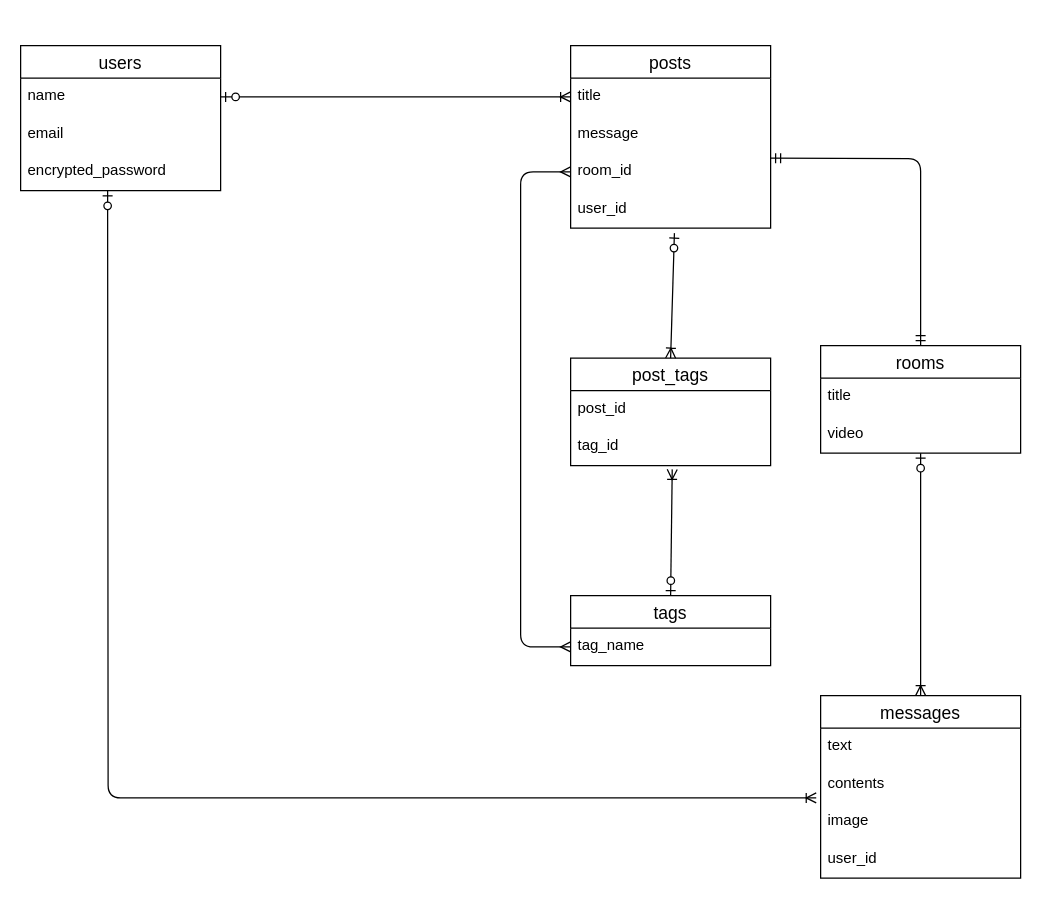
The draw.io diagram db.dio in hagihara-eisuke02/CommuT-35544, before the edit. Source tidied: cells renumbered, new cells numbered last; positions are measured from the earlier drawing's top-left corner, leaving out a move shared by most shapes. Both pictures are drawn from the tidied source at 125%, with x=0, y=0 at pixel (20, 45).
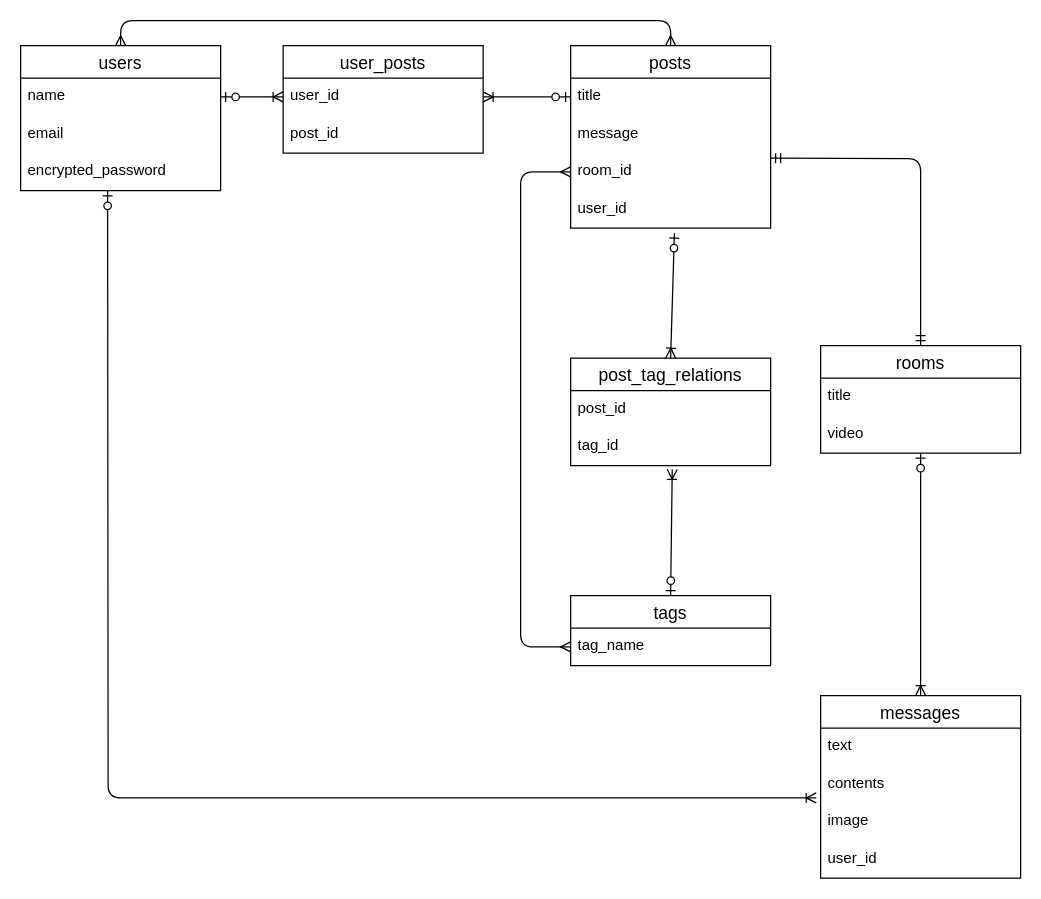
The same diagram, later.

Unchanged cells that the change refers to:
```xml
<mxCell id="7" value="posts" style="swimlane;fontStyle=0;horizontal=1;startSize=26;align=center;fontSize=14;" parent="1" vertex="1">
  <mxGeometry x="440" width="160" height="146" as="geometry" />
</mxCell>
<mxCell id="8" value="title" style="text;strokeColor=none;fillColor=none;spacingLeft=4;spacingRight=4;overflow=hidden;points=[[0,0.5],[1,0.5]];portConstraint=eastwest;fontSize=12;" parent="7" vertex="1">
  <mxGeometry y="26" width="160" height="30" as="geometry" />
</mxCell>
<mxCell id="13" value="users" style="swimlane;fontStyle=0;horizontal=1;startSize=26;align=center;fontSize=14;" parent="1" vertex="1">
  <mxGeometry width="160" height="116" as="geometry" />
</mxCell>
<mxCell id="14" value="name" style="text;strokeColor=none;fillColor=none;spacingLeft=4;spacingRight=4;overflow=hidden;points=[[0,0.5],[1,0.5]];portConstraint=eastwest;fontSize=12;" parent="13" vertex="1">
  <mxGeometry y="26" width="160" height="30" as="geometry" />
</mxCell>
```

Diff of the diagram source:
```diff
@@
-    <mxCell id="17" style="edgeStyle=entityRelationEdgeStyle;fontSize=12;html=1;endArrow=ERoneToMany;startArrow=ERzeroToOne;entryX=0;entryY=0.5;entryDx=0;entryDy=0;exitX=1;exitY=0.5;exitDx=0;exitDy=0;" parent="1" edge="1" source="14" target="8">
-      <mxGeometry relative="1" as="geometry" />
+    <mxCell id="17" style="edgeStyle=entityRelationEdgeStyle;fontSize=12;html=1;endArrow=ERoneToMany;startArrow=ERzeroToOne;exitX=1;exitY=0.5;exitDx=0;exitDy=0;" parent="1" edge="1" source="14">
+      <mxGeometry relative="1" as="geometry">
+        <mxPoint x="210" y="41" as="targetPoint" />
+      </mxGeometry>
     </mxCell>
-    <mxCell id="18" value="post_tags" style="swimlane;fontStyle=0;horizontal=1;startSize=26;align=center;fontSize=14;" parent="1" vertex="1">
+    <mxCell id="18" value="post_tag_relations" style="swimlane;fontStyle=0;horizontal=1;startSize=26;align=center;fontSize=14;" parent="1" vertex="1">
       <mxGeometry x="440" y="250" width="160" height="86" as="geometry" />
     </mxCell>
@@
+    <mxCell id="32" value="user_posts" style="swimlane;fontStyle=0;horizontal=1;startSize=26;align=center;fontSize=14;" parent="1" vertex="1">
+      <mxGeometry x="210" width="160" height="86" as="geometry" />
+    </mxCell>
+    <mxCell id="33" value="user_id" style="text;strokeColor=none;fillColor=none;spacingLeft=4;spacingRight=4;overflow=hidden;points=[[0,0.5],[1,0.5]];portConstraint=eastwest;fontSize=12;" parent="32" vertex="1">
+      <mxGeometry y="26" width="160" height="30" as="geometry" />
+    </mxCell>
+    <mxCell id="34" value="post_id" style="text;strokeColor=none;fillColor=none;spacingLeft=4;spacingRight=4;overflow=hidden;fontSize=12;" parent="32" vertex="1">
+      <mxGeometry y="56" width="160" height="30" as="geometry" />
+    </mxCell>
+    <mxCell id="35" style="edgeStyle=entityRelationEdgeStyle;fontSize=12;html=1;endArrow=ERoneToMany;startArrow=ERzeroToOne;exitX=0;exitY=0.5;exitDx=0;exitDy=0;entryX=1;entryY=0.5;entryDx=0;entryDy=0;" parent="1" edge="1" source="8" target="33">
+      <mxGeometry relative="1" as="geometry" />
+    </mxCell>
+    <mxCell id="36" style="edgeStyle=elbowEdgeStyle;fontSize=12;html=1;endArrow=ERmany;startArrow=ERmany;exitX=0.5;exitY=0;exitDx=0;exitDy=0;entryX=0.5;entryY=0;entryDx=0;entryDy=0;" parent="1" edge="1" source="13" target="7">
+      <mxGeometry relative="1" as="geometry">
+        <Array as="points">
+          <mxPoint x="300" y="-20" />
+        </Array>
+      </mxGeometry>
+    </mxCell>
```
